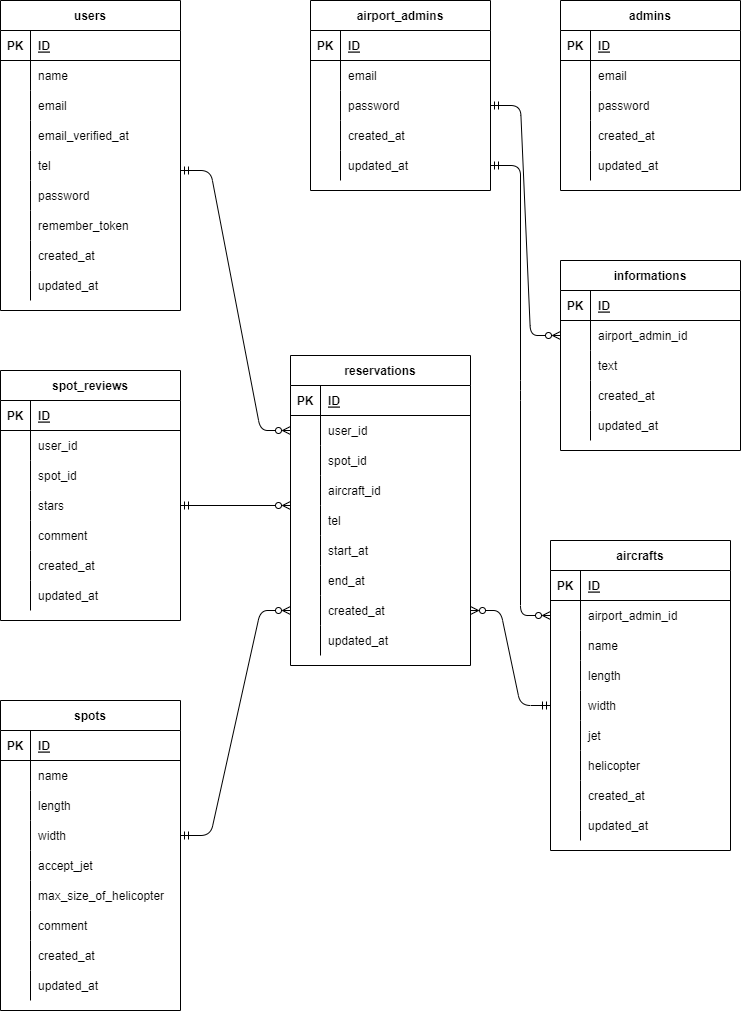
Earlier version of the draw.io export ER.drawio.png (doingen/spottle). Source tidied: cells renumbered, new cells last; positions are measured from the earlier drawing's top-left corner, leaving out a move shared by most shapes.
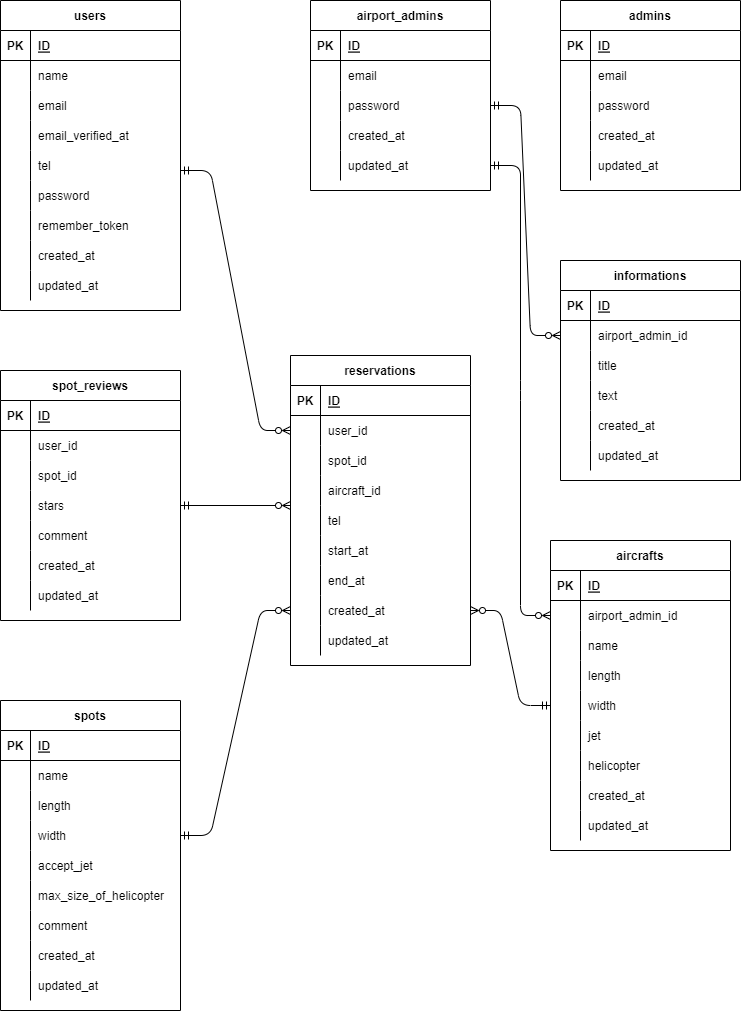
Later version of the same file.

Diff of the diagram source:
```diff
@@ -417,7 +417,7 @@
       <mxGeometry x="30" width="150" height="30" as="geometry" />
     </mxCell>
     <mxCell id="140" value="informations" style="shape=table;startSize=30;rowLines=0;fontStyle=1;align=center;" parent="1" vertex="1">
-      <mxGeometry x="560" y="260" width="180" height="190" as="geometry" />
+      <mxGeometry x="560" y="260" width="180" height="220" as="geometry" />
     </mxCell>
     <mxCell id="141" style="shape=partialRectangle;fillColor=none;top=0;left=0;bottom=1;right=0;" parent="140" vertex="1">
       <mxGeometry y="30" width="180" height="30" as="geometry" />
@@ -437,8 +437,17 @@
     <mxCell id="146" value="airport_admin_id" style="shape=partialRectangle;fillColor=none;top=0;left=0;bottom=0;right=0;align=left;spacingLeft=6;overflow=hidden;" parent="144" vertex="1">
       <mxGeometry x="30" width="150" height="30" as="geometry" />
     </mxCell>
+    <mxCell id="190" style="shape=partialRectangle;fillColor=none;top=0;left=0;bottom=0;right=0;" parent="140" vertex="1">
+      <mxGeometry y="90" width="180" height="30" as="geometry" />
+    </mxCell>
+    <mxCell id="191" style="shape=partialRectangle;fillColor=none;top=0;left=0;bottom=0;right=0;overflow=hidden;" parent="190" vertex="1">
+      <mxGeometry width="30" height="30" as="geometry" />
+    </mxCell>
+    <mxCell id="192" value="title" style="shape=partialRectangle;fillColor=none;top=0;left=0;bottom=0;right=0;align=left;spacingLeft=6;overflow=hidden;" parent="190" vertex="1">
+      <mxGeometry x="30" width="150" height="30" as="geometry" />
+    </mxCell>
     <mxCell id="147" style="shape=partialRectangle;fillColor=none;top=0;left=0;bottom=0;right=0;" parent="140" vertex="1">
-      <mxGeometry y="90" width="180" height="30" as="geometry" />
+      <mxGeometry y="120" width="180" height="30" as="geometry" />
     </mxCell>
     <mxCell id="148" style="shape=partialRectangle;fillColor=none;top=0;left=0;bottom=0;right=0;overflow=hidden;" parent="147" vertex="1">
       <mxGeometry width="30" height="30" as="geometry" />
@@ -447,7 +456,7 @@
       <mxGeometry x="30" width="150" height="30" as="geometry" />
     </mxCell>
     <mxCell id="150" style="shape=partialRectangle;fillColor=none;top=0;left=0;bottom=0;right=0;" parent="140" vertex="1">
-      <mxGeometry y="120" width="180" height="30" as="geometry" />
+      <mxGeometry y="150" width="180" height="30" as="geometry" />
     </mxCell>
     <mxCell id="151" style="shape=partialRectangle;fillColor=none;top=0;left=0;bottom=0;right=0;overflow=hidden;" parent="150" vertex="1">
       <mxGeometry width="30" height="30" as="geometry" />
@@ -456,7 +465,7 @@
       <mxGeometry x="30" width="150" height="30" as="geometry" />
     </mxCell>
     <mxCell id="153" style="shape=partialRectangle;fillColor=none;top=0;left=0;bottom=0;right=0;" parent="140" vertex="1">
-      <mxGeometry y="150" width="180" height="30" as="geometry" />
+      <mxGeometry y="180" width="180" height="30" as="geometry" />
     </mxCell>
     <mxCell id="154" style="shape=partialRectangle;fillColor=none;top=0;left=0;bottom=0;right=0;overflow=hidden;" parent="153" vertex="1">
       <mxGeometry width="30" height="30" as="geometry" />
```
